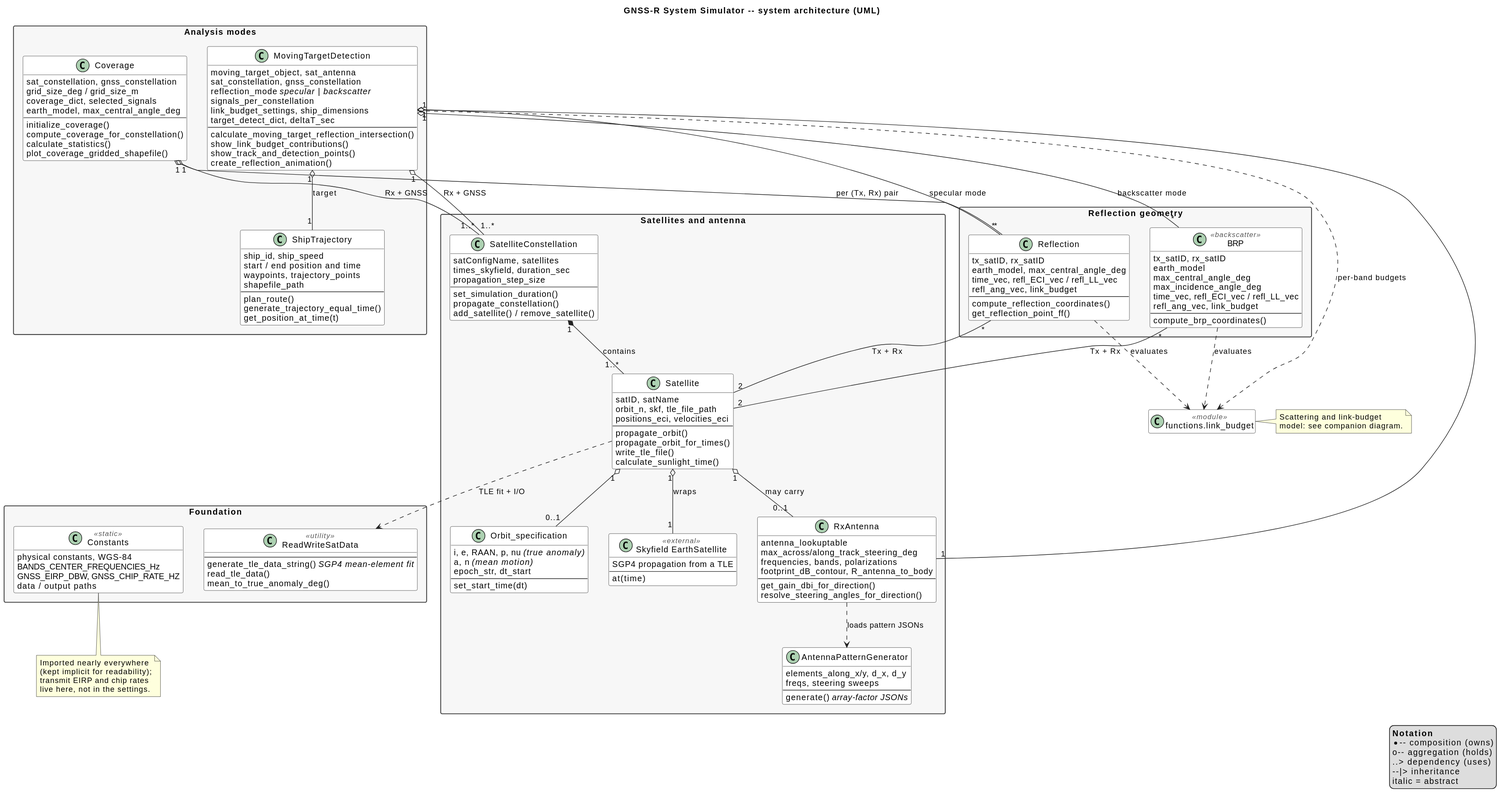
NTNU-SmallSat-Lab/GNSS_R_System_Simulator keeps this PlantUML diagram as ARCHITECTURE/architecture.svg. Above is the earlier version.
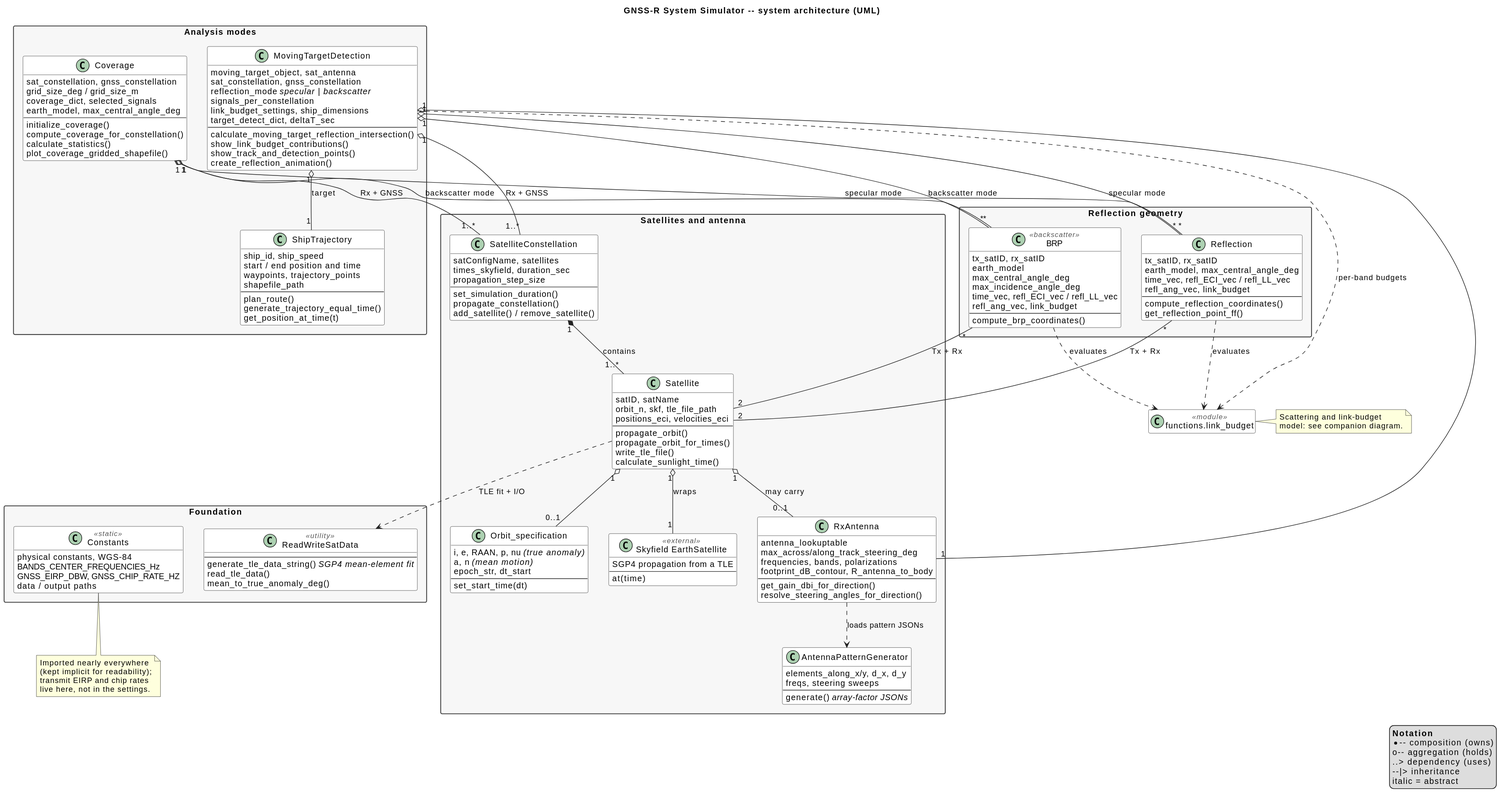
Above is the later version.

What changed in the source:
```diff
@@ -162,7 +162,8 @@
 BRP        "*" -- "2" Satellite : Tx + Rx
 
 Coverage "1" o-- "1..*" SatelliteConstellation : Rx + GNSS
-Coverage "1" o-- "*"    Reflection             : per (Tx, Rx) pair
+Coverage "1" o-- "*"    Reflection             : specular mode
+Coverage "1" o-- "*"    BRP                    : backscatter mode
 
 MovingTargetDetection "1" o-- "1..*" SatelliteConstellation : Rx + GNSS
 MovingTargetDetection "1" o-- "1"    ShipTrajectory          : target
```
